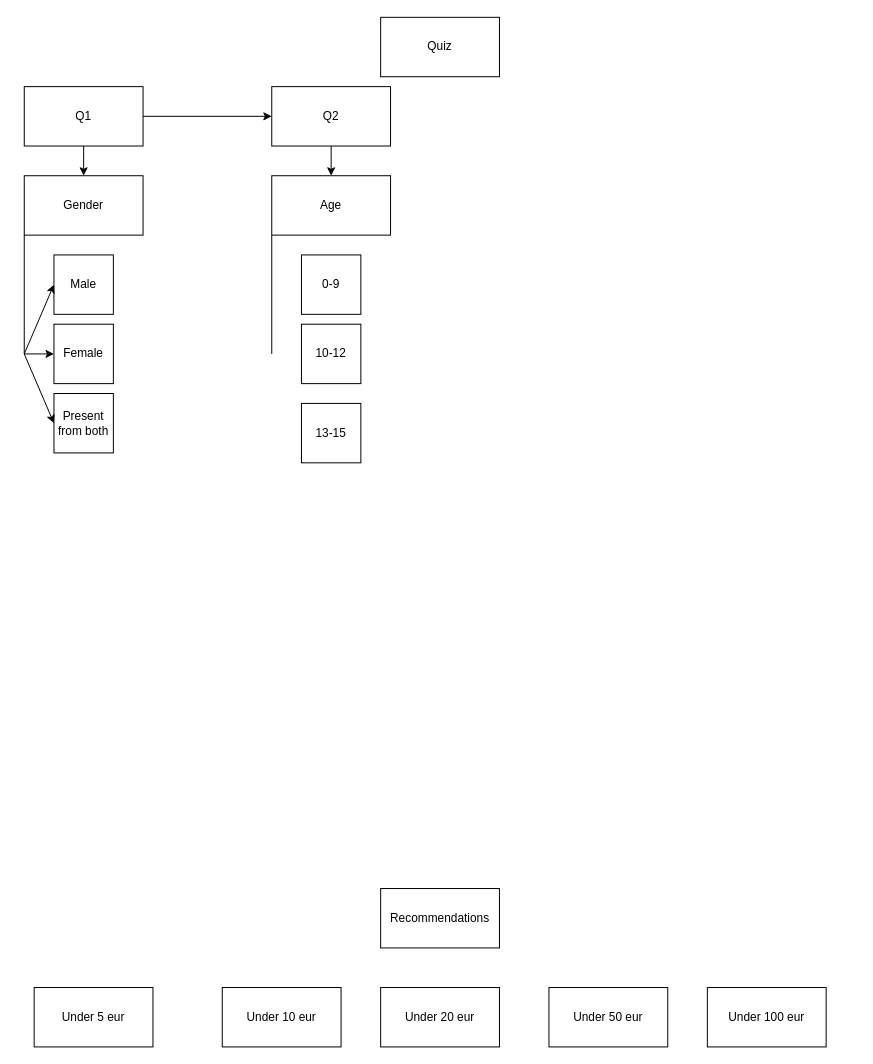
Earlier version of the draw.io diagram quiz-model.drawio (smravec/presents-finder). Source tidied: cells renumbered, new cells numbered last; positions are measured from the earlier drawing's top-left corner, leaving out a move shared by most shapes. Both pictures are drawn from the tidied source at 99%, with x=0, y=0 at pixel (24, 17).
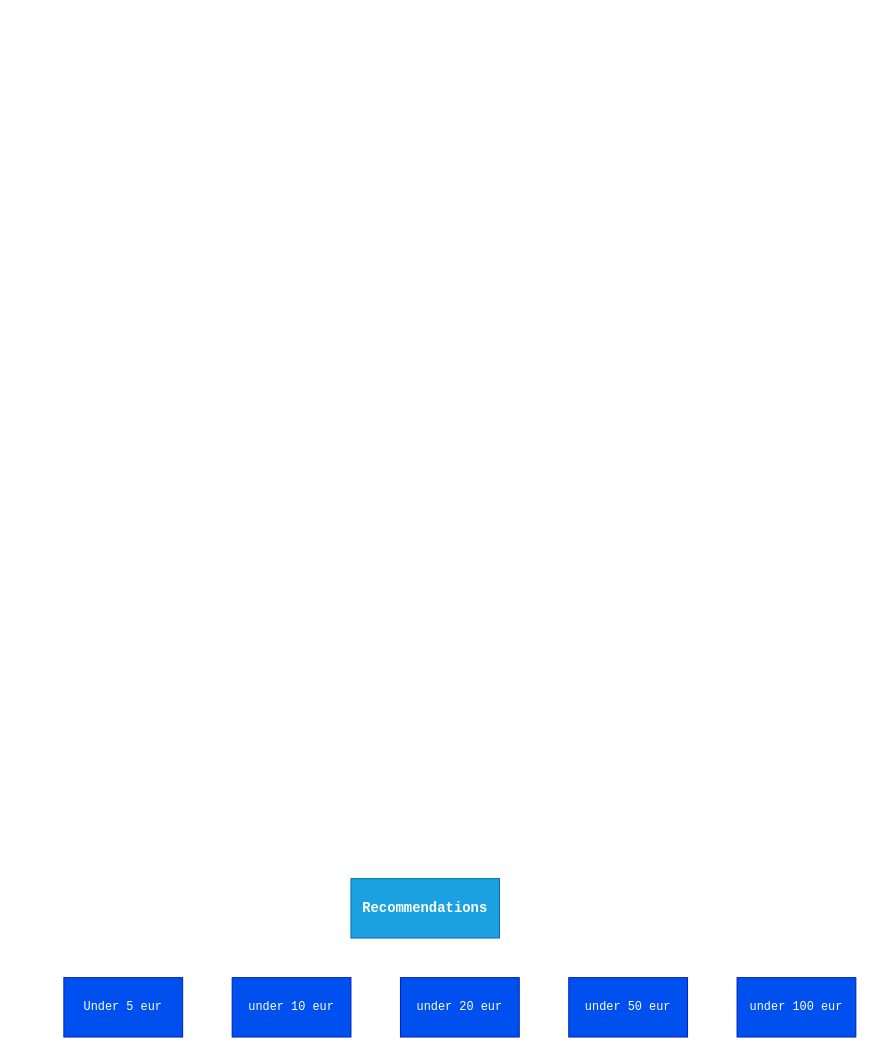
The same page after the edit.

Change to the diagram source:
```diff
@@
-    <mxCell id="2" value="Q1" style="rounded=0;whiteSpace=wrap;html=1;" parent="1" vertex="1">
-      <mxGeometry y="70" width="120" height="60" as="geometry" />
-    </mxCell>
-    <mxCell id="3" value="Q2" style="rounded=0;whiteSpace=wrap;html=1;" parent="1" vertex="1">
-      <mxGeometry x="250" y="70" width="120" height="60" as="geometry" />
-    </mxCell>
-    <mxCell id="4" style="endArrow=classic;html=1;rounded=0;exitX=1;exitY=0.5;exitDx=0;exitDy=0;entryX=0;entryY=0.5;entryDx=0;entryDy=0;" parent="1" edge="1" source="2" target="3">
-      <mxGeometry relative="1" as="geometry" />
-    </mxCell>
-    <mxCell id="5" value="Recommendations" style="rounded=0;whiteSpace=wrap;html=1;" parent="1" vertex="1">
-      <mxGeometry x="360" y="880" width="120" height="60" as="geometry" />
+    <mxCell id="5" value="&lt;h3&gt;Recommendations&lt;/h3&gt;" style="rounded=0;whiteSpace=wrap;html=1;fillColor=#1ba1e2;strokeColor=#006EAF;fontFamily=Courier New;fontColor=#ffffff;" parent="1" vertex="1">
+      <mxGeometry x="330" y="870" width="150" height="60" as="geometry" />
     </mxCell>
-    <mxCell id="6" value="Quiz" style="rounded=0;whiteSpace=wrap;html=1;" parent="1" vertex="1">
-      <mxGeometry x="360" width="120" height="60" as="geometry" />
-    </mxCell>
-    <mxCell id="7" value="Under 5 eur" style="rounded=0;whiteSpace=wrap;html=1;" parent="1" vertex="1">
-      <mxGeometry x="10" y="980" width="120" height="60" as="geometry" />
+    <mxCell id="7" value="Under 5 eur" style="rounded=0;whiteSpace=wrap;html=1;fontFamily=Courier New;fillColor=#0050ef;fontColor=#ffffff;strokeColor=#001DBC;" parent="1" vertex="1">
+      <mxGeometry x="40" y="970" width="120" height="60" as="geometry" />
     </mxCell>
-    <mxCell id="8" value="Under 10 eur" style="rounded=0;whiteSpace=wrap;html=1;" parent="1" vertex="1">
-      <mxGeometry x="200" y="980" width="120" height="60" as="geometry" />
-    </mxCell>
-    <mxCell id="9" value="Under 20 eur" style="rounded=0;whiteSpace=wrap;html=1;" parent="1" vertex="1">
-      <mxGeometry x="360" y="980" width="120" height="60" as="geometry" />
-    </mxCell>
-    <mxCell id="10" value="Under 50 eur" style="rounded=0;whiteSpace=wrap;html=1;" parent="1" vertex="1">
-      <mxGeometry x="530" y="980" width="120" height="60" as="geometry" />
-    </mxCell>
-    <mxCell id="11" value="Under 100 eur" style="rounded=0;whiteSpace=wrap;html=1;" parent="1" vertex="1">
-      <mxGeometry x="690" y="980" width="120" height="60" as="geometry" />
-    </mxCell>
-    <mxCell id="12" value="Gender" style="rounded=0;whiteSpace=wrap;html=1;" parent="1" vertex="1">
-      <mxGeometry y="160" width="120" height="60" as="geometry" />
-    </mxCell>
-    <mxCell id="13" style="endArrow=classic;html=1;rounded=0;exitX=0.5;exitY=1;exitDx=0;exitDy=0;entryX=0.5;entryY=0;entryDx=0;entryDy=0;" parent="1" edge="1" source="2" target="12">
-      <mxGeometry relative="1" as="geometry" />
-    </mxCell>
-    <mxCell id="14" value="Male" style="whiteSpace=wrap;html=1;" parent="1" vertex="1">
-      <mxGeometry x="30" y="240" width="60" height="60" as="geometry" />
-    </mxCell>
-    <mxCell id="15" value="Female" style="whiteSpace=wrap;html=1;" parent="1" vertex="1">
-      <mxGeometry x="30" y="310" width="60" height="60" as="geometry" />
-    </mxCell>
-    <mxCell id="16" value="Present from both" style="whiteSpace=wrap;html=1;" parent="1" vertex="1">
-      <mxGeometry x="30" y="380" width="60" height="60" as="geometry" />
-    </mxCell>
-    <mxCell id="17" style="endArrow=none;html=1;rounded=0;entryX=0;entryY=1;entryDx=0;entryDy=0;" parent="1" edge="1" target="12">
-      <mxGeometry relative="1" as="geometry">
-        <mxPoint y="340" as="sourcePoint" />
-      </mxGeometry>
-    </mxCell>
-    <mxCell id="18" style="endArrow=classic;html=1;rounded=0;entryX=0;entryY=0.5;entryDx=0;entryDy=0;" parent="1" edge="1" target="15">
-      <mxGeometry relative="1" as="geometry">
-        <mxPoint y="340" as="sourcePoint" />
-      </mxGeometry>
-    </mxCell>
-    <mxCell id="19" style="endArrow=classic;html=1;rounded=0;entryX=0;entryY=0.5;entryDx=0;entryDy=0;" parent="1" edge="1" target="16">
-      <mxGeometry relative="1" as="geometry">
-        <mxPoint y="340" as="sourcePoint" />
-      </mxGeometry>
-    </mxCell>
-    <mxCell id="20" style="endArrow=classic;html=1;rounded=0;entryX=0;entryY=0.5;entryDx=0;entryDy=0;" parent="1" edge="1" target="14">
-      <mxGeometry relative="1" as="geometry">
-        <mxPoint y="340" as="sourcePoint" />
-      </mxGeometry>
-    </mxCell>
-    <mxCell id="21" value="Age" style="rounded=0;whiteSpace=wrap;html=1;" parent="1" vertex="1">
-      <mxGeometry x="250" y="160" width="120" height="60" as="geometry" />
-    </mxCell>
-    <mxCell id="22" style="endArrow=classic;html=1;rounded=0;entryX=0.5;entryY=0;entryDx=0;entryDy=0;exitX=0.5;exitY=1;exitDx=0;exitDy=0;" parent="1" edge="1" source="3" target="21">
-      <mxGeometry relative="1" as="geometry" />
-    </mxCell>
-    <mxCell id="23" style="endArrow=none;html=1;rounded=0;entryX=0;entryY=1;entryDx=0;entryDy=0;" parent="1" edge="1" target="21">
-      <mxGeometry relative="1" as="geometry">
-        <mxPoint x="250" y="340" as="sourcePoint" />
-      </mxGeometry>
-    </mxCell>
-    <mxCell id="24" value="0-9" style="whiteSpace=wrap;html=1;" parent="1" vertex="1">
-      <mxGeometry x="280" y="240" width="60" height="60" as="geometry" />
-    </mxCell>
-    <mxCell id="25" value="10-12" style="whiteSpace=wrap;html=1;" parent="1" vertex="1">
-      <mxGeometry x="280" y="310" width="60" height="60" as="geometry" />
-    </mxCell>
-    <mxCell id="26" value="13-15" style="whiteSpace=wrap;html=1;" parent="1" vertex="1">
-      <mxGeometry x="280" y="390" width="60" height="60" as="geometry" />
-    </mxCell>
+    <mxCell id="27" value="under 10 eur" style="rounded=0;whiteSpace=wrap;html=1;fontFamily=Courier New;fillColor=#0050ef;fontColor=#ffffff;strokeColor=#001DBC;" parent="1" vertex="1">
+      <mxGeometry x="210" y="970" width="120" height="60" as="geometry" />
+    </mxCell>
+    <mxCell id="28" value="under 20 eur" style="rounded=0;whiteSpace=wrap;html=1;fontFamily=Courier New;fillColor=#0050ef;fontColor=#ffffff;strokeColor=#001DBC;" parent="1" vertex="1">
+      <mxGeometry x="380" y="970" width="120" height="60" as="geometry" />
+    </mxCell>
+    <mxCell id="29" value="under 50 eur" style="rounded=0;whiteSpace=wrap;html=1;fontFamily=Courier New;fillColor=#0050ef;fontColor=#ffffff;strokeColor=#001DBC;" parent="1" vertex="1">
+      <mxGeometry x="550" y="970" width="120" height="60" as="geometry" />
+    </mxCell>
+    <mxCell id="30" value="under 100 eur" style="rounded=0;whiteSpace=wrap;html=1;fontFamily=Courier New;fillColor=#0050ef;fontColor=#ffffff;strokeColor=#001DBC;" parent="1" vertex="1">
+      <mxGeometry x="720" y="970" width="120" height="60" as="geometry" />
+    </mxCell>
```
